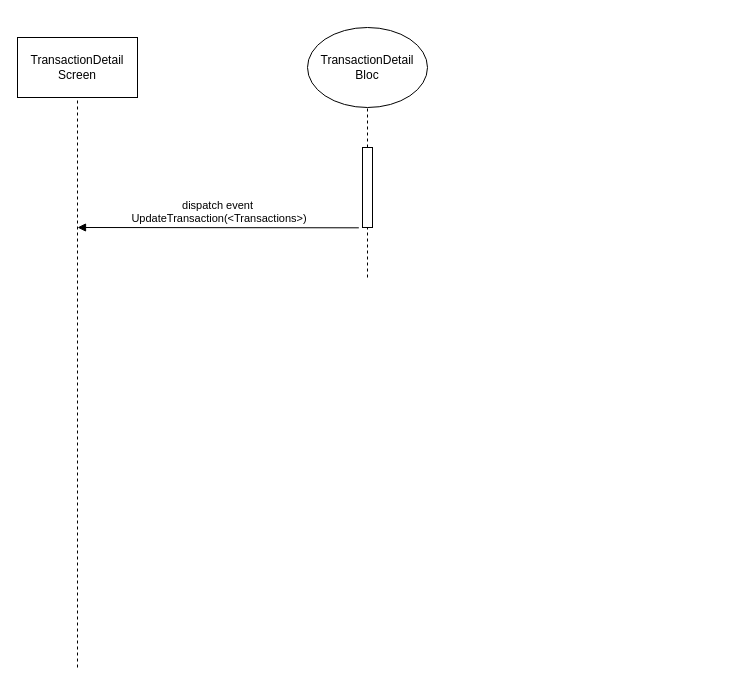
This is TransactionDetailScreen_Diagram.drawio from TzuHanLiang/flutter, a draw.io file, before an edit. Source tidied: cells renumbered, new cells numbered last; positions are measured from the earlier drawing's top-left corner, leaving out a move shared by most shapes. Both pictures are drawn from the tidied source at 100%, with x=0, y=0 at pixel (17, 27).
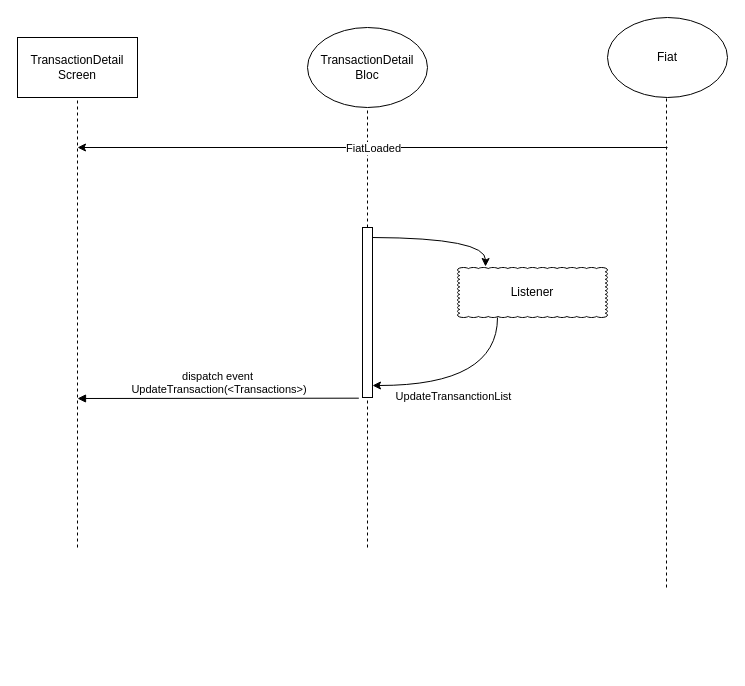
After the change.

The change refers to these unchanged cells:
```xml
<mxCell id="2" value="TransactionDetail Screen" style="rounded=0;whiteSpace=wrap;html=1;" parent="1" vertex="1">
  <mxGeometry y="10" width="120" height="60" as="geometry" />
</mxCell>
```

What changed in the source:
```diff
@@
     <mxCell id="4" style="endArrow=none;dashed=1;html=1;entryX=0.5;entryY=1;entryDx=0;entryDy=0;" parent="1" edge="1" target="2">
       <mxGeometry relative="1" as="geometry">
-        <mxPoint x="60" y="640" as="sourcePoint" />
+        <mxPoint x="60" y="520" as="sourcePoint" />
       </mxGeometry>
     </mxCell>
@@
     <mxCell id="6" style="html=1;points=[];perimeter=orthogonalPerimeter;" parent="1" vertex="1">
-      <mxGeometry x="345" y="120" width="10" height="80" as="geometry" />
+      <mxGeometry x="345" y="200" width="10" height="170" as="geometry" />
     </mxCell>
-    <mxCell id="7" style="endArrow=none;dashed=1;html=1;" parent="1" edge="1" target="6">
-      <mxGeometry relative="1" as="geometry">
-        <mxPoint x="350" y="250" as="sourcePoint" />
-      </mxGeometry>
-    </mxCell>
     <mxCell id="8" value="dispatch event&lt;br&gt;&amp;nbsp;UpdateTransaction(&amp;lt;Transactions&amp;gt;)" style="html=1;verticalAlign=bottom;endArrow=block;exitX=-0.367;exitY=1.004;exitDx=0;exitDy=0;exitPerimeter=0;" parent="1" edge="1" source="6">
       <mxGeometry relative="1" as="geometry">
-        <mxPoint x="60" y="200" as="targetPoint" />
+        <mxPoint x="60" y="371" as="targetPoint" />
       </mxGeometry>
     </mxCell>
+    <mxCell id="9" value="Listener" style="whiteSpace=wrap;html=1;shape=mxgraph.basic.cloud_rect;" parent="1" vertex="1">
+      <mxGeometry x="440" y="240" width="150" height="50" as="geometry" />
+    </mxCell>
+    <mxCell id="10" style="endArrow=classic;html=1;entryX=0.42;entryY=-0.02;entryDx=0;entryDy=0;entryPerimeter=0;edgeStyle=orthogonalEdgeStyle;curved=1;" parent="1" edge="1">
+      <mxGeometry x="180" y="350" as="geometry">
+        <mxPoint x="355" y="210" as="sourcePoint" />
+        <mxPoint x="468" y="239" as="targetPoint" />
+      </mxGeometry>
+    </mxCell>
+    <mxCell id="11" style="endArrow=classic;html=1;exitX=0.5;exitY=1.04;exitDx=0;exitDy=0;exitPerimeter=0;edgeStyle=orthogonalEdgeStyle;curved=1;" parent="1" edge="1">
+      <mxGeometry x="190" y="430" as="geometry">
+        <mxPoint x="480" y="290" as="sourcePoint" />
+        <mxPoint x="355" y="358" as="targetPoint" />
+        <Array as="points">
+          <mxPoint x="480" y="358" />
+        </Array>
+      </mxGeometry>
+    </mxCell>
+    <mxCell id="12" value="UpdateTransanctionList" style="edgeLabel;html=1;align=center;verticalAlign=middle;" parent="11" vertex="1">
+      <mxGeometry relative="1" as="geometry">
+        <mxPoint x="-16" y="10" as="offset" />
+      </mxGeometry>
+    </mxCell>
+    <mxCell id="13" value="Fiat" style="ellipse;whiteSpace=wrap;html=1;" parent="1" vertex="1">
+      <mxGeometry x="590" y="-10" width="120" height="80" as="geometry" />
+    </mxCell>
+    <mxCell id="14" style="endArrow=none;dashed=1;html=1;entryX=0.5;entryY=1;entryDx=0;entryDy=0;" parent="1" edge="1">
+      <mxGeometry relative="1" as="geometry">
+        <mxPoint x="649" y="560" as="sourcePoint" />
+        <mxPoint x="649" y="70" as="targetPoint" />
+      </mxGeometry>
+    </mxCell>
+    <mxCell id="15" style="endArrow=classic;html=1;" parent="1" edge="1">
+      <mxGeometry relative="1" as="geometry">
+        <mxPoint x="650" y="120" as="sourcePoint" />
+        <mxPoint x="60" y="120" as="targetPoint" />
+      </mxGeometry>
+    </mxCell>
+    <mxCell id="16" value="FiatLoaded" style="edgeLabel;html=1;align=center;verticalAlign=middle;" parent="15" vertex="1">
+      <mxGeometry relative="1" as="geometry" />
+    </mxCell>
+    <mxCell id="17" style="endArrow=none;dashed=1;html=1;entryX=0.5;entryY=1.012;entryDx=0;entryDy=0;entryPerimeter=0;" parent="1" edge="1" target="6">
+      <mxGeometry relative="1" as="geometry">
+        <mxPoint x="350" y="520" as="sourcePoint" />
+      </mxGeometry>
+    </mxCell>
```
